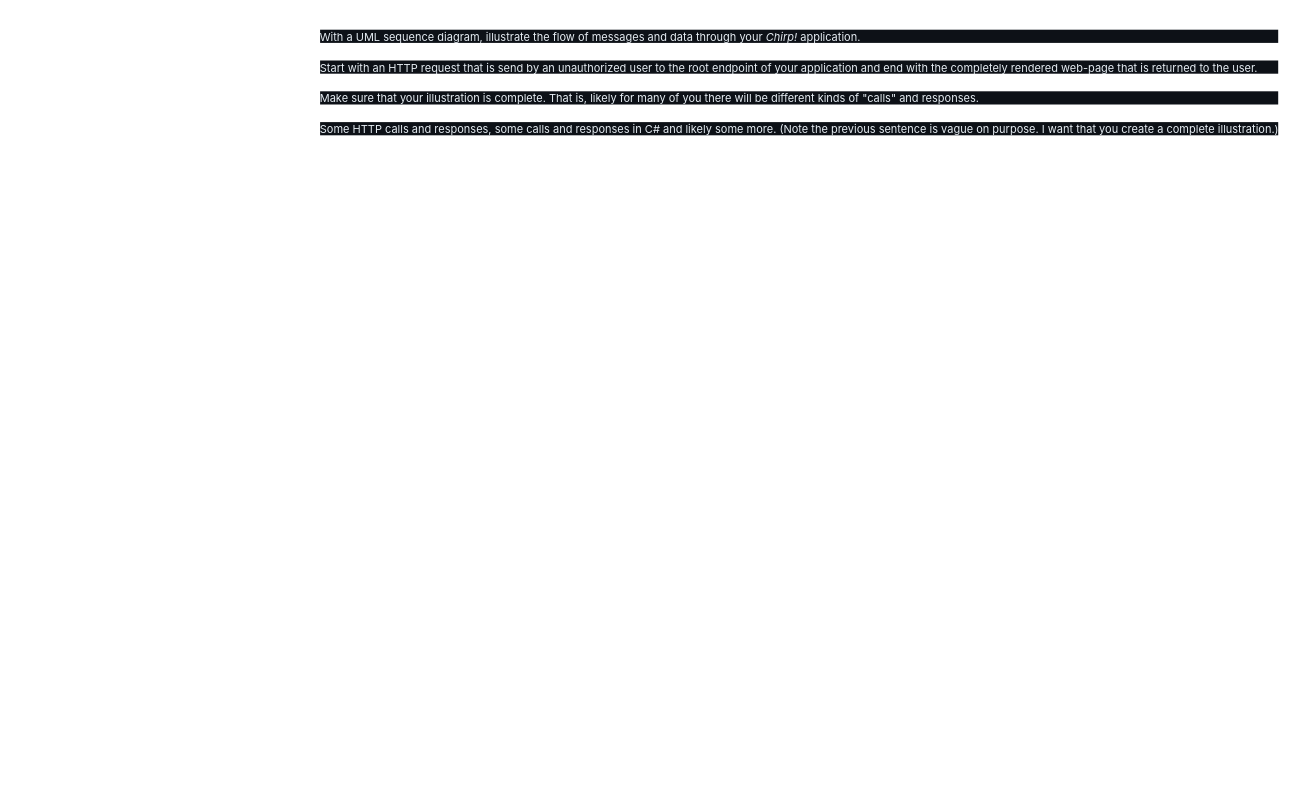
The draw.io diagram docs/images/SequenceOfFunctionality.drawio in ITU-BDSA23-GROUP22/Chirp, before the edit. Source tidied: cells renumbered, new cells numbered last; positions are measured from the earlier drawing's top-left corner, leaving out a move shared by most shapes. Both pictures are drawn from the tidied source at 110%, with x=0, y=0 at pixel (342, 19).
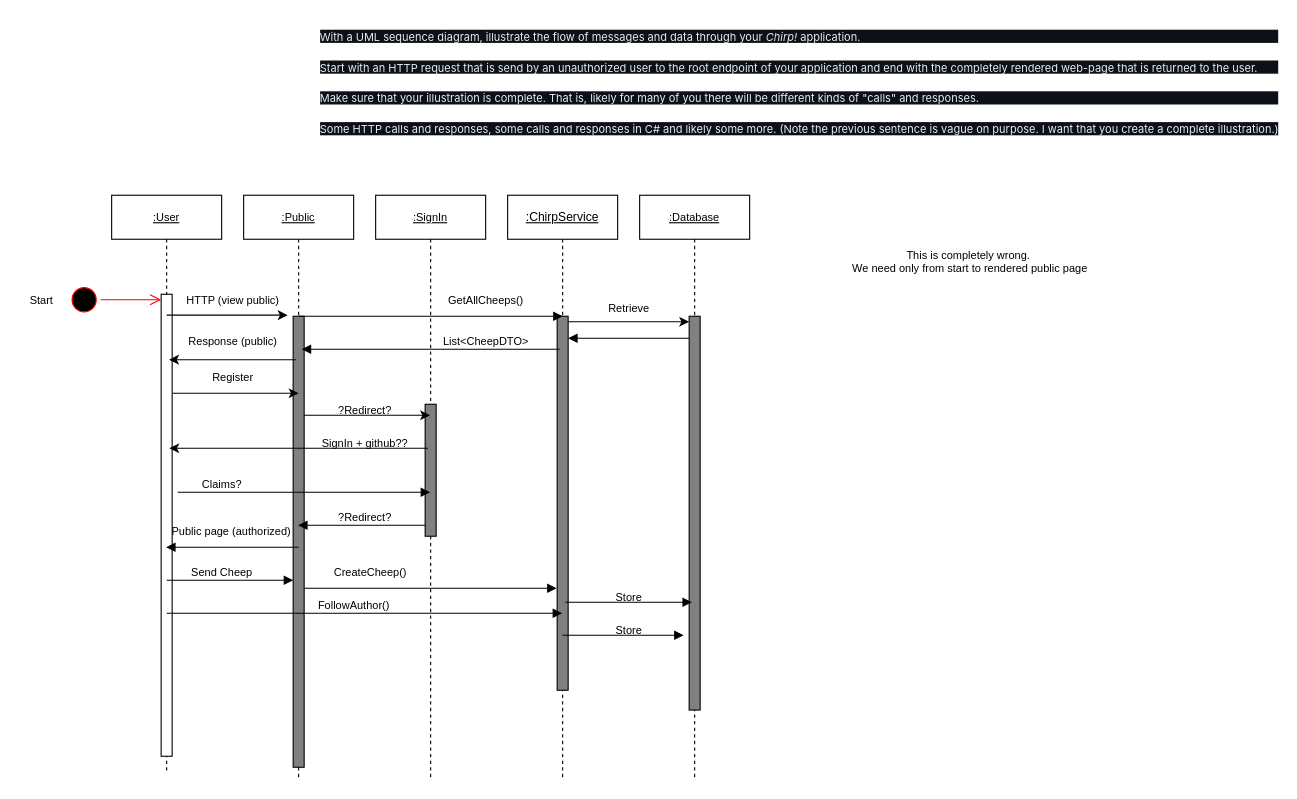
After the change.

Change to the diagram source:
```diff
@@
+    <mxCell id="3" value="&lt;u style=&quot;font-size: 10px;&quot;&gt;:Public&lt;/u&gt;" style="shape=umlLifeline;perimeter=lifelinePerimeter;whiteSpace=wrap;html=1;outlineConnect=0;portConstraint=eastwest;newEdgeStyle={&quot;edgeStyle&quot;:&quot;elbowEdgeStyle&quot;,&quot;elbow&quot;:&quot;vertical&quot;,&quot;curved&quot;:0,&quot;rounded&quot;:0};fontSize=10;" parent="1" vertex="1">
+      <mxGeometry x="-90" y="160" width="100" height="530" as="geometry" />
+    </mxCell>
+    <mxCell id="4" style="html=1;points=[[0,0,0,0,5],[0,1,0,0,-5],[1,0,0,0,5],[1,1,0,0,-5]];perimeter=orthogonalPerimeter;outlineConnect=0;targetShapes=umlLifeline;portConstraint=eastwest;newEdgeStyle={&quot;curved&quot;:0,&quot;rounded&quot;:0};fillColor=#808080;fontSize=10;" parent="3" vertex="1">
+      <mxGeometry x="45" y="110" width="10" height="410" as="geometry" />
+    </mxCell>
+    <mxCell id="5" value="&lt;u style=&quot;font-size: 10px;&quot;&gt;:User&lt;/u&gt;" style="shape=umlLifeline;perimeter=lifelinePerimeter;whiteSpace=wrap;html=1;outlineConnect=0;portConstraint=eastwest;newEdgeStyle={&quot;edgeStyle&quot;:&quot;elbowEdgeStyle&quot;,&quot;elbow&quot;:&quot;vertical&quot;,&quot;curved&quot;:0,&quot;rounded&quot;:0};fontSize=10;" parent="1" vertex="1">
+      <mxGeometry x="-210" y="160" width="100" height="525" as="geometry" />
+    </mxCell>
+    <mxCell id="6" style="edgeStyle=none;shape=connector;rounded=0;jettySize=auto;html=1;curved=0;labelBackgroundColor=default;strokeColor=default;align=center;verticalAlign=middle;fontFamily=Helvetica;fontSize=10;fontColor=default;endArrow=classic;" parent="5" edge="1" source="7" target="5">
+      <mxGeometry relative="1" as="geometry" />
+    </mxCell>
+    <mxCell id="7" style="html=1;points=[[0,0,0,0,5],[0,1,0,0,-5],[1,0,0,0,5],[1,1,0,0,-5]];perimeter=orthogonalPerimeter;outlineConnect=0;targetShapes=umlLifeline;portConstraint=eastwest;newEdgeStyle={&quot;curved&quot;:0,&quot;rounded&quot;:0};fontSize=10;" parent="5" vertex="1">
+      <mxGeometry x="45" y="90" width="10" height="420" as="geometry" />
+    </mxCell>
+    <mxCell id="8" style="ellipse;html=1;shape=startState;fillColor=#000000;strokeColor=#ff0000;fontSize=10;" parent="1" vertex="1">
+      <mxGeometry x="-250" y="240" width="30" height="30" as="geometry" />
+    </mxCell>
+    <mxCell id="9" style="html=1;verticalAlign=bottom;endArrow=open;endSize=8;strokeColor=#ff0000;rounded=0;fontSize=10;" parent="1" edge="1" source="8" target="7">
+      <mxGeometry relative="1" as="geometry" />
+    </mxCell>
+    <mxCell id="10" value="Start" style="text;html=1;align=center;verticalAlign=middle;strokeColor=none;fillColor=none;fontSize=10;" parent="1" vertex="1">
+      <mxGeometry x="-294" y="240" width="40" height="30" as="geometry" />
+    </mxCell>
+    <mxCell id="11" style="rounded=0;orthogonalLoop=1;jettySize=auto;html=1;fontSize=10;" parent="1" edge="1">
+      <mxGeometry relative="1" as="geometry">
+        <mxPoint x="-160" y="269" as="sourcePoint" />
+        <mxPoint x="-50" y="269" as="targetPoint" />
+      </mxGeometry>
+    </mxCell>
+    <mxCell id="12" value="HTTP (view public)" style="text;html=1;align=center;verticalAlign=middle;strokeColor=none;fillColor=none;fontSize=10;" parent="1" vertex="1">
+      <mxGeometry x="-155" y="240" width="110" height="30" as="geometry" />
+    </mxCell>
+    <mxCell id="13" style="rounded=0;orthogonalLoop=1;jettySize=auto;html=1;fontSize=10;" parent="1" edge="1">
+      <mxGeometry relative="1" as="geometry">
+        <mxPoint x="-42.2" y="309.5" as="sourcePoint" />
+        <mxPoint x="-157.8" y="309.5" as="targetPoint" />
+      </mxGeometry>
+    </mxCell>
+    <mxCell id="14" value="Response (public)" style="text;html=1;align=center;verticalAlign=middle;strokeColor=none;fillColor=none;fontSize=10;" parent="1" vertex="1">
+      <mxGeometry x="-150" y="278" width="100" height="30" as="geometry" />
+    </mxCell>
+    <mxCell id="15" style="rounded=0;orthogonalLoop=1;jettySize=auto;html=1;fontSize=10;" parent="1" edge="1">
+      <mxGeometry relative="1" as="geometry">
+        <mxPoint x="-154.5" y="340" as="sourcePoint" />
+        <mxPoint x="-40" y="340" as="targetPoint" />
+      </mxGeometry>
+    </mxCell>
+    <mxCell id="16" value="Register" style="text;html=1;align=center;verticalAlign=middle;strokeColor=none;fillColor=none;fontSize=10;fontFamily=Helvetica;fontColor=default;" parent="1" vertex="1">
+      <mxGeometry x="-130" y="310" width="60" height="30" as="geometry" />
+    </mxCell>
+    <mxCell id="17" value="&lt;u style=&quot;font-size: 10px;&quot;&gt;:SignIn&lt;/u&gt;" style="shape=umlLifeline;perimeter=lifelinePerimeter;whiteSpace=wrap;html=1;outlineConnect=0;portConstraint=eastwest;newEdgeStyle={&quot;edgeStyle&quot;:&quot;elbowEdgeStyle&quot;,&quot;elbow&quot;:&quot;vertical&quot;,&quot;curved&quot;:0,&quot;rounded&quot;:0};fontFamily=Helvetica;fontSize=10;fontColor=default;" parent="1" vertex="1">
+      <mxGeometry x="30" y="160" width="100" height="530" as="geometry" />
+    </mxCell>
+    <mxCell id="18" style="html=1;perimeter=orthogonalPerimeter;targetShapes=umlLifeline;newEdgeStyle={&quot;curved&quot;:0,&quot;rounded&quot;:0};fillColor=#808080;fontSize=10;" parent="17" vertex="1">
+      <mxGeometry x="45" y="190" width="10" height="120" as="geometry" />
+    </mxCell>
+    <mxCell id="19" style="edgeStyle=none;shape=connector;rounded=0;jettySize=auto;html=1;curved=0;labelBackgroundColor=default;strokeColor=default;align=center;verticalAlign=middle;fontFamily=Helvetica;fontSize=10;fontColor=default;endArrow=classic;" parent="1" edge="1" source="4" target="17">
+      <mxGeometry relative="1" as="geometry">
+        <Array as="points">
+          <mxPoint x="30" y="360" />
+        </Array>
+      </mxGeometry>
+    </mxCell>
+    <mxCell id="20" style="edgeStyle=none;shape=connector;rounded=0;orthogonalLoop=1;jettySize=auto;html=1;curved=0;labelBackgroundColor=default;strokeColor=default;align=center;verticalAlign=middle;fontFamily=Helvetica;fontSize=10;fontColor=default;endArrow=classic;" parent="1" edge="1">
+      <mxGeometry relative="1" as="geometry">
+        <mxPoint x="77.6" y="390" as="sourcePoint" />
+        <mxPoint x="-157.6" y="390" as="targetPoint" />
+      </mxGeometry>
+    </mxCell>
+    <mxCell id="21" value="?Redirect?" style="text;html=1;align=center;verticalAlign=middle;strokeColor=none;fillColor=none;fontSize=10;fontFamily=Helvetica;fontColor=default;" parent="1" vertex="1">
+      <mxGeometry x="-15" y="340" width="70" height="30" as="geometry" />
+    </mxCell>
+    <mxCell id="22" value="SignIn + github??" style="text;html=1;align=center;verticalAlign=middle;strokeColor=none;fillColor=none;fontSize=10;fontFamily=Helvetica;fontColor=default;" parent="1" vertex="1">
+      <mxGeometry x="-30" y="370" width="100" height="30" as="geometry" />
+    </mxCell>
+    <mxCell id="23" style="html=1;verticalAlign=bottom;labelBackgroundColor=none;endArrow=block;endFill=1;rounded=0;strokeColor=default;align=center;fontFamily=Helvetica;fontSize=10;fontColor=default;shape=connector;" parent="1" edge="1" target="17">
+      <mxGeometry relative="1" as="geometry">
+        <mxPoint x="-150" y="430" as="sourcePoint" />
+      </mxGeometry>
+    </mxCell>
+    <mxCell id="24" value="Claims?" style="text;html=1;align=center;verticalAlign=middle;strokeColor=none;fillColor=none;fontSize=10;fontFamily=Helvetica;fontColor=default;" parent="1" vertex="1">
+      <mxGeometry x="-140" y="408" width="60" height="30" as="geometry" />
+    </mxCell>
+    <mxCell id="25" style="html=1;verticalAlign=bottom;labelBackgroundColor=none;endArrow=block;endFill=1;rounded=0;strokeColor=default;align=center;fontFamily=Helvetica;fontSize=10;fontColor=default;shape=connector;" parent="1" edge="1" target="3">
+      <mxGeometry relative="1" as="geometry">
+        <mxPoint x="75" y="460" as="sourcePoint" />
+      </mxGeometry>
+    </mxCell>
+    <mxCell id="26" value="?Redirect?" style="text;html=1;align=center;verticalAlign=middle;strokeColor=none;fillColor=none;fontSize=10;fontFamily=Helvetica;fontColor=default;" parent="1" vertex="1">
+      <mxGeometry x="-15" y="438" width="70" height="30" as="geometry" />
+    </mxCell>
+    <mxCell id="27" style="html=1;verticalAlign=bottom;labelBackgroundColor=none;endArrow=block;endFill=1;rounded=0;strokeColor=default;align=center;fontFamily=Helvetica;fontSize=10;fontColor=default;shape=connector;" parent="1" edge="1" target="5">
+      <mxGeometry relative="1" as="geometry">
+        <mxPoint x="-40" y="480" as="sourcePoint" />
+      </mxGeometry>
+    </mxCell>
+    <mxCell id="28" value="Public page (authorized)&amp;nbsp;" style="text;html=1;align=center;verticalAlign=middle;strokeColor=none;fillColor=none;fontSize=10;fontFamily=Helvetica;fontColor=default;" parent="1" vertex="1">
+      <mxGeometry x="-165" y="450" width="130" height="30" as="geometry" />
+    </mxCell>
+    <mxCell id="29" value="&lt;u&gt;:ChirpService&lt;/u&gt;" style="shape=umlLifeline;perimeter=lifelinePerimeter;whiteSpace=wrap;html=1;outlineConnect=0;portConstraint=eastwest;newEdgeStyle={&quot;edgeStyle&quot;:&quot;elbowEdgeStyle&quot;,&quot;elbow&quot;:&quot;vertical&quot;,&quot;curved&quot;:0,&quot;rounded&quot;:0};fontFamily=Helvetica;fontSize=11;fontColor=default;" parent="1" vertex="1">
+      <mxGeometry x="150" y="160" width="100" height="531" as="geometry" />
+    </mxCell>
+    <mxCell id="30" style="html=1;points=[[0,0,0,0,5],[0,1,0,0,-5],[1,0,0,0,5],[1,1,0,0,-5]];perimeter=orthogonalPerimeter;outlineConnect=0;targetShapes=umlLifeline;portConstraint=eastwest;newEdgeStyle={&quot;curved&quot;:0,&quot;rounded&quot;:0};fillColor=#808080;fontSize=10;" parent="29" vertex="1">
+      <mxGeometry x="45" y="110" width="10" height="340" as="geometry" />
+    </mxCell>
+    <mxCell id="31" style="html=1;verticalAlign=bottom;labelBackgroundColor=none;endArrow=block;endFill=1;rounded=0;strokeColor=default;align=center;fontFamily=Helvetica;fontSize=11;fontColor=default;shape=connector;" parent="1" edge="1">
+      <mxGeometry relative="1" as="geometry">
+        <mxPoint x="-35" y="517.3" as="sourcePoint" />
+        <mxPoint x="194.5" y="517.3" as="targetPoint" />
+      </mxGeometry>
+    </mxCell>
+    <mxCell id="32" value="&lt;font style=&quot;font-size: 10px;&quot;&gt;CreateCheep()&lt;/font&gt;" style="text;html=1;align=center;verticalAlign=middle;strokeColor=none;fillColor=none;fontSize=11;fontFamily=Helvetica;fontColor=default;" parent="1" vertex="1">
+      <mxGeometry x="-20" y="488" width="90" height="30" as="geometry" />
+    </mxCell>
+    <mxCell id="33" value="&lt;u&gt;:Database&lt;/u&gt;" style="shape=umlLifeline;perimeter=lifelinePerimeter;whiteSpace=wrap;html=1;newEdgeStyle={&quot;edgeStyle&quot;:&quot;elbowEdgeStyle&quot;,&quot;elbow&quot;:&quot;vertical&quot;,&quot;curved&quot;:0,&quot;rounded&quot;:0};align=center;verticalAlign=middle;fontFamily=Helvetica;fontSize=10;fontColor=default;fillColor=none;gradientColor=none;" parent="1" vertex="1">
+      <mxGeometry x="270" y="160" width="100" height="530" as="geometry" />
+    </mxCell>
+    <mxCell id="34" style="html=1;points=[[0,0,0,0,5],[0,1,0,0,-5],[1,0,0,0,5],[1,1,0,0,-5]];perimeter=orthogonalPerimeter;outlineConnect=0;targetShapes=umlLifeline;portConstraint=eastwest;newEdgeStyle={&quot;curved&quot;:0,&quot;rounded&quot;:0};fillColor=#808080;fontSize=10;" parent="33" vertex="1">
+      <mxGeometry x="45" y="110" width="10" height="358" as="geometry" />
+    </mxCell>
+    <mxCell id="35" style="html=1;verticalAlign=bottom;labelBackgroundColor=none;endArrow=block;endFill=1;rounded=0;strokeColor=default;align=center;fontFamily=Helvetica;fontSize=10;fontColor=default;shape=connector;" parent="1" edge="1">
+      <mxGeometry relative="1" as="geometry">
+        <mxPoint x="202.5" y="530" as="sourcePoint" />
+        <mxPoint x="317.5" y="530" as="targetPoint" />
+      </mxGeometry>
+    </mxCell>
+    <mxCell id="36" value="Store" style="text;html=1;align=center;verticalAlign=middle;strokeColor=none;fillColor=none;fontSize=10;fontFamily=Helvetica;fontColor=default;rotation=0;" parent="1" vertex="1">
+      <mxGeometry x="235" y="510" width="50" height="30" as="geometry" />
+    </mxCell>
+    <mxCell id="37" style="html=1;verticalAlign=bottom;labelBackgroundColor=none;endArrow=block;endFill=1;rounded=0;strokeColor=default;align=center;fontFamily=Helvetica;fontSize=10;fontColor=default;shape=connector;" parent="1" edge="1">
+      <mxGeometry relative="1" as="geometry">
+        <mxPoint x="-40" y="270" as="sourcePoint" />
+        <mxPoint x="200" y="270" as="targetPoint" />
+      </mxGeometry>
+    </mxCell>
+    <mxCell id="38" value="GetAllCheeps()" style="text;html=1;align=center;verticalAlign=middle;strokeColor=none;fillColor=none;fontSize=10;fontFamily=Helvetica;fontColor=default;" parent="1" vertex="1">
+      <mxGeometry x="85" y="240" width="90" height="30" as="geometry" />
+    </mxCell>
+    <mxCell id="39" value="Retrieve" style="text;html=1;align=center;verticalAlign=middle;strokeColor=none;fillColor=none;fontSize=10;fontFamily=Helvetica;fontColor=default;" parent="1" vertex="1">
+      <mxGeometry x="230" y="248" width="60" height="30" as="geometry" />
+    </mxCell>
+    <mxCell id="40" style="html=1;verticalAlign=bottom;labelBackgroundColor=none;endArrow=block;endFill=1;rounded=0;strokeColor=default;align=center;fontFamily=Helvetica;fontSize=10;fontColor=default;shape=connector;" parent="1" edge="1" source="34" target="30">
+      <mxGeometry relative="1" as="geometry">
+        <Array as="points">
+          <mxPoint x="280" y="290" />
+        </Array>
+      </mxGeometry>
+    </mxCell>
+    <mxCell id="41" style="edgeStyle=none;shape=connector;rounded=0;jettySize=auto;html=1;curved=0;exitX=1;exitY=0;exitDx=0;exitDy=5;exitPerimeter=0;labelBackgroundColor=default;strokeColor=default;align=center;verticalAlign=middle;fontFamily=Helvetica;fontSize=10;fontColor=default;endArrow=classic;" parent="1" edge="1" source="30" target="34">
+      <mxGeometry relative="1" as="geometry" />
+    </mxCell>
+    <mxCell id="42" style="html=1;verticalAlign=bottom;labelBackgroundColor=none;endArrow=block;endFill=1;rounded=0;strokeColor=default;align=center;fontFamily=Helvetica;fontSize=10;fontColor=default;shape=connector;" parent="1" edge="1">
+      <mxGeometry relative="1" as="geometry">
+        <mxPoint x="197.2" y="300" as="sourcePoint" />
+        <mxPoint x="-37.2" y="300" as="targetPoint" />
+      </mxGeometry>
+    </mxCell>
+    <mxCell id="43" value="List&amp;lt;CheepDTO&amp;gt;" style="text;html=1;align=center;verticalAlign=middle;strokeColor=none;fillColor=none;fontSize=10;fontFamily=Helvetica;fontColor=default;" parent="1" vertex="1">
+      <mxGeometry x="80" y="278" width="100" height="30" as="geometry" />
+    </mxCell>
+    <mxCell id="44" style="html=1;verticalAlign=bottom;labelBackgroundColor=none;endArrow=block;endFill=1;rounded=0;strokeColor=default;align=center;fontFamily=Helvetica;fontSize=10;fontColor=default;shape=connector;" parent="1" edge="1" target="29">
+      <mxGeometry relative="1" as="geometry">
+        <mxPoint x="-160" y="540" as="sourcePoint" />
+      </mxGeometry>
+    </mxCell>
+    <mxCell id="45" value="FollowAuthor()" style="text;html=1;align=center;verticalAlign=middle;strokeColor=none;fillColor=none;fontSize=10;fontFamily=Helvetica;fontColor=default;" parent="1" vertex="1">
+      <mxGeometry x="-35" y="518" width="90" height="30" as="geometry" />
+    </mxCell>
+    <mxCell id="46" style="html=1;verticalAlign=bottom;labelBackgroundColor=none;endArrow=block;endFill=1;rounded=0;strokeColor=default;align=center;fontFamily=Helvetica;fontSize=10;fontColor=default;shape=connector;" parent="1" edge="1" target="4">
+      <mxGeometry relative="1" as="geometry">
+        <mxPoint x="-160" y="510" as="sourcePoint" />
+        <Array as="points">
+          <mxPoint x="-100" y="510" />
+        </Array>
+      </mxGeometry>
+    </mxCell>
+    <mxCell id="47" value="Send Cheep" style="text;html=1;align=center;verticalAlign=middle;strokeColor=none;fillColor=none;fontSize=10;fontFamily=Helvetica;fontColor=default;" parent="1" vertex="1">
+      <mxGeometry x="-150" y="488" width="80" height="30" as="geometry" />
+    </mxCell>
+    <mxCell id="48" style="html=1;verticalAlign=bottom;labelBackgroundColor=none;endArrow=block;endFill=1;rounded=0;strokeColor=default;align=center;fontFamily=Helvetica;fontSize=10;fontColor=default;shape=connector;" parent="1" edge="1">
+      <mxGeometry relative="1" as="geometry">
+        <mxPoint x="200" y="560" as="sourcePoint" />
+        <mxPoint x="310" y="560" as="targetPoint" />
+      </mxGeometry>
+    </mxCell>
+    <mxCell id="49" value="Store" style="text;html=1;align=center;verticalAlign=middle;strokeColor=none;fillColor=none;fontSize=10;fontFamily=Helvetica;fontColor=default;" parent="1" vertex="1">
+      <mxGeometry x="235" y="540" width="50" height="30" as="geometry" />
+    </mxCell>
+    <mxCell id="50" value="This is completely wrong.&amp;nbsp;&lt;br&gt;We need only from start to rendered public page" style="text;html=1;align=center;verticalAlign=middle;strokeColor=none;fillColor=none;fontSize=10;fontFamily=Helvetica;fontColor=default;" parent="1" vertex="1">
+      <mxGeometry x="450" y="200" width="240" height="40" as="geometry" />
+    </mxCell>
```
